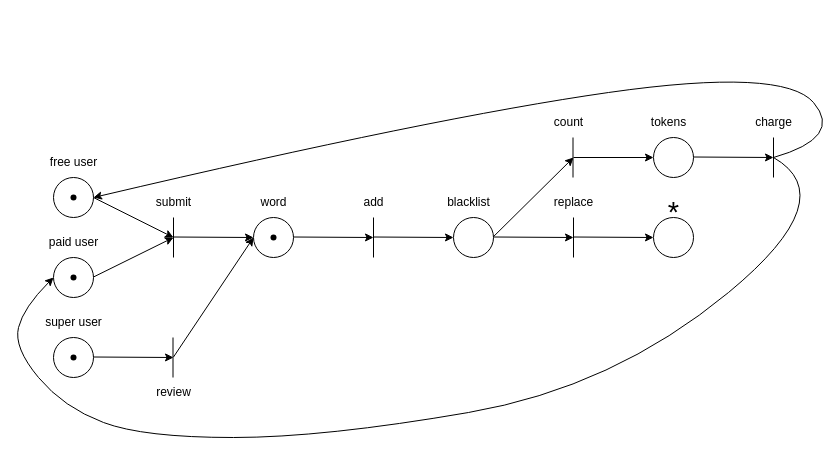
Earlier version of the draw.io diagram diagrams/Petri-Net Diagram for Blacklist Management.drawio (WenAlgo/An-LLM-based-cooperative-editor). Source tidied: cells renumbered, new cells numbered last; positions are measured from the earlier drawing's top-left corner, leaving out a move shared by most shapes. Both pictures are drawn from the tidied source at 100%, with x=0, y=0 at pixel (13, 67).
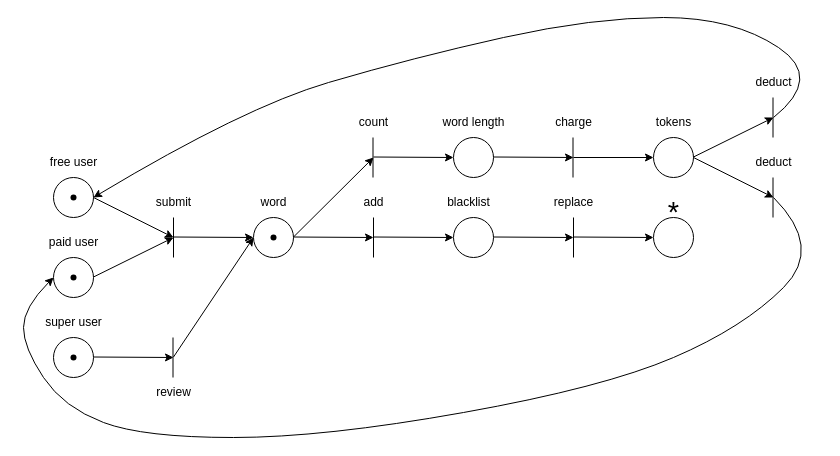
The same diagram, later.

Unchanged cells that the change refers to:
```xml
<mxCell id="2" style="ellipse;whiteSpace=wrap;html=1;" parent="1" vertex="1">
  <mxGeometry x="40" y="190" width="40" height="40" as="geometry" />
</mxCell>
<mxCell id="8" style="ellipse;whiteSpace=wrap;html=1;" parent="1" vertex="1">
  <mxGeometry x="40" y="110" width="40" height="40" as="geometry" />
</mxCell>
```

Change to the diagram source:
```diff
@@
     <mxCell id="12" style="endArrow=none;html=1;rounded=0;" parent="1" edge="1">
       <mxGeometry relative="1" as="geometry">
-        <mxPoint x="760" y="110" as="sourcePoint" />
-        <mxPoint x="760" y="70" as="targetPoint" />
+        <mxPoint x="759.5" y="70" as="sourcePoint" />
+        <mxPoint x="759.5" y="30" as="targetPoint" />
       </mxGeometry>
     </mxCell>
@@
     <mxCell id="38" style="edgeStyle=none;orthogonalLoop=1;jettySize=auto;html=1;rounded=0;" parent="1" edge="1">
       <mxGeometry relative="1" as="geometry">
-        <mxPoint x="480" y="169.1" as="sourcePoint" />
-        <mxPoint x="560" y="90" as="targetPoint" />
+        <mxPoint x="280" y="169.5" as="sourcePoint" />
+        <mxPoint x="360" y="90" as="targetPoint" />
       </mxGeometry>
     </mxCell>
     <mxCell id="39" value="count" style="text;html=1;align=center;verticalAlign=middle;strokeColor=none;fillColor=none;" parent="1" vertex="1">
-      <mxGeometry x="530" y="40" width="50" height="30" as="geometry" />
+      <mxGeometry x="335" y="40" width="50" height="30" as="geometry" />
     </mxCell>
     <mxCell id="40" value="tokens" style="text;html=1;align=center;verticalAlign=middle;strokeColor=none;fillColor=none;" parent="1" vertex="1">
-      <mxGeometry x="625" y="40" width="60" height="30" as="geometry" />
+      <mxGeometry x="630" y="40" width="60" height="30" as="geometry" />
     </mxCell>
@@
     <mxCell id="42" style="edgeStyle=none;orthogonalLoop=1;jettySize=auto;html=1;rounded=0;" parent="1" edge="1">
       <mxGeometry relative="1" as="geometry">
         <mxPoint x="680" y="89.5" as="sourcePoint" />
-        <mxPoint x="760" y="90" as="targetPoint" />
+        <mxPoint x="760" y="50" as="targetPoint" />
       </mxGeometry>
     </mxCell>
-    <mxCell id="43" value="charge" style="text;html=1;align=center;verticalAlign=middle;strokeColor=none;fillColor=none;" parent="1" vertex="1">
-      <mxGeometry x="730" y="40" width="60" height="30" as="geometry" />
+    <mxCell id="43" value="deduct" style="text;html=1;align=center;verticalAlign=middle;strokeColor=none;fillColor=none;" parent="1" vertex="1">
+      <mxGeometry x="730" width="60" height="30" as="geometry" />
     </mxCell>
     <mxCell id="44" style="curved=1;endArrow=classic;html=1;rounded=0;entryX=1;entryY=0.5;entryDx=0;entryDy=0;" parent="1" edge="1" target="8">
       <mxGeometry relative="1" as="geometry">
-        <mxPoint x="760" y="90" as="sourcePoint" />
+        <mxPoint x="760" y="50" as="sourcePoint" />
         <Array as="points">
-          <mxPoint x="830" y="70" />
-          <mxPoint x="770" />
-          <mxPoint x="420" y="50" />
+          <mxPoint x="810" y="10" />
+          <mxPoint x="720" y="-50" />
+          <mxPoint x="580" y="-50" />
+          <mxPoint x="400" y="-10" />
+          <mxPoint x="230" y="40" />
         </Array>
       </mxGeometry>
     </mxCell>
     <mxCell id="45" style="curved=1;endArrow=classic;html=1;rounded=0;entryX=0;entryY=0.5;entryDx=0;entryDy=0;" parent="1" edge="1" target="2">
       <mxGeometry relative="1" as="geometry">
-        <mxPoint x="760" y="90" as="sourcePoint" />
+        <mxPoint x="760" y="130" as="sourcePoint" />
         <Array as="points">
-          <mxPoint x="830" y="130" />
-          <mxPoint x="600" y="320" />
+          <mxPoint x="810" y="180" />
+          <mxPoint x="730" y="260" />
+          <mxPoint x="590" y="320" />
           <mxPoint x="310" y="370" />
           <mxPoint x="130" y="370" />
           <mxPoint x="50" y="340" />
-          <mxPoint y="280" />
+          <mxPoint x="10" y="280" />
           <mxPoint x="10" y="240" />
         </Array>
       </mxGeometry>
     </mxCell>
+    <mxCell id="46" style="ellipse;whiteSpace=wrap;html=1;" parent="1" vertex="1">
+      <mxGeometry x="440" y="70" width="40" height="40" as="geometry" />
+    </mxCell>
+    <mxCell id="47" style="endArrow=none;html=1;rounded=0;" parent="1" edge="1">
+      <mxGeometry relative="1" as="geometry">
+        <mxPoint x="359.5" y="110" as="sourcePoint" />
+        <mxPoint x="359.5" y="70" as="targetPoint" />
+      </mxGeometry>
+    </mxCell>
+    <mxCell id="48" value="charge" style="text;html=1;align=center;verticalAlign=middle;strokeColor=none;fillColor=none;" parent="1" vertex="1">
+      <mxGeometry x="530" y="40" width="60" height="30" as="geometry" />
+    </mxCell>
+    <mxCell id="49" style="edgeStyle=none;orthogonalLoop=1;jettySize=auto;html=1;rounded=0;" parent="1" edge="1">
+      <mxGeometry relative="1" as="geometry">
+        <mxPoint x="480" y="89.5" as="sourcePoint" />
+        <mxPoint x="560" y="90" as="targetPoint" />
+      </mxGeometry>
+    </mxCell>
+    <mxCell id="50" style="edgeStyle=none;orthogonalLoop=1;jettySize=auto;html=1;rounded=0;" parent="1" edge="1">
+      <mxGeometry relative="1" as="geometry">
+        <mxPoint x="360" y="89.5" as="sourcePoint" />
+        <mxPoint x="440" y="90" as="targetPoint" />
+      </mxGeometry>
+    </mxCell>
+    <mxCell id="51" value="word length" style="text;html=1;align=center;verticalAlign=middle;strokeColor=none;fillColor=none;" parent="1" vertex="1">
+      <mxGeometry x="415" y="40" width="90" height="30" as="geometry" />
+    </mxCell>
+    <mxCell id="52" style="endArrow=none;html=1;rounded=0;" parent="1" edge="1">
+      <mxGeometry relative="1" as="geometry">
+        <mxPoint x="759.5" y="150" as="sourcePoint" />
+        <mxPoint x="759.5" y="110" as="targetPoint" />
+      </mxGeometry>
+    </mxCell>
+    <mxCell id="53" style="edgeStyle=none;orthogonalLoop=1;jettySize=auto;html=1;rounded=0;" parent="1" edge="1">
+      <mxGeometry relative="1" as="geometry">
+        <mxPoint x="680" y="90" as="sourcePoint" />
+        <mxPoint x="760" y="130" as="targetPoint" />
+      </mxGeometry>
+    </mxCell>
+    <mxCell id="54" value="deduct" style="text;html=1;align=center;verticalAlign=middle;strokeColor=none;fillColor=none;" parent="1" vertex="1">
+      <mxGeometry x="730" y="80" width="60" height="30" as="geometry" />
+    </mxCell>
```
